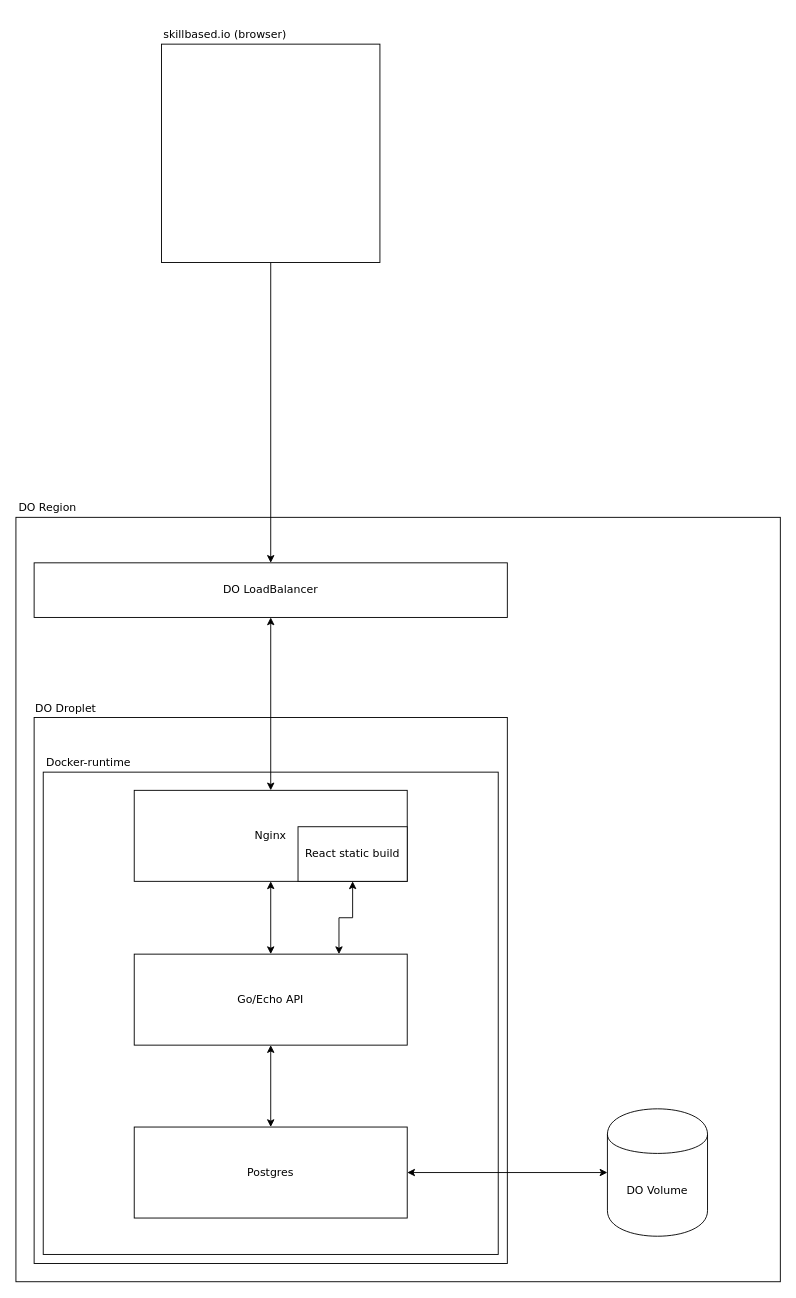
Before: docs/diagrams/skillbased-arch-simple.drawio in adamdevigili/skillbased-archived, a draw.io diagram. Source tidied: cells renumbered, new cells numbered last; positions are measured from the earlier drawing's top-left corner, leaving out a move shared by most shapes. Both pictures are drawn from the tidied source at 91%, with x=0, y=0 at pixel (15, 25).
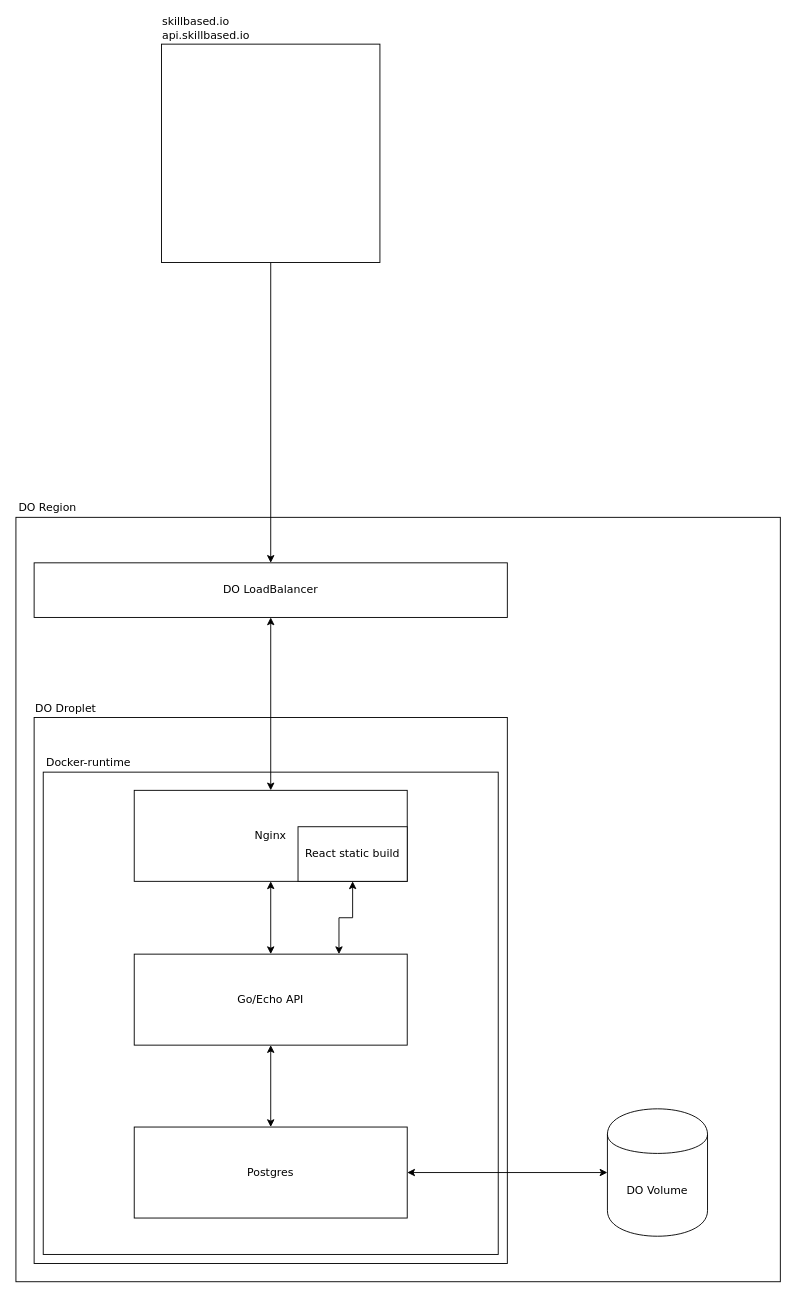
After the change.

Diff of the diagram source:
```diff
@@
-    <mxCell id="25" value="skillbased.io (browser)" style="text;html=1;strokeColor=none;fillColor=none;align=center;verticalAlign=middle;whiteSpace=wrap;rounded=0;fontFamily=Verdana;" parent="17" vertex="1">
-      <mxGeometry x="160" width="140" height="20" as="geometry" />
+    <mxCell id="25" value="&lt;div style=&quot;text-align: left&quot;&gt;&lt;span&gt;skillbased.io&lt;/span&gt;&lt;/div&gt;api.skillbased.io" style="text;html=1;strokeColor=none;fillColor=none;align=center;verticalAlign=middle;whiteSpace=wrap;rounded=0;fontFamily=Verdana;" parent="17" vertex="1">
+      <mxGeometry x="164" y="-7" width="90" height="20" as="geometry" />
     </mxCell>
```
